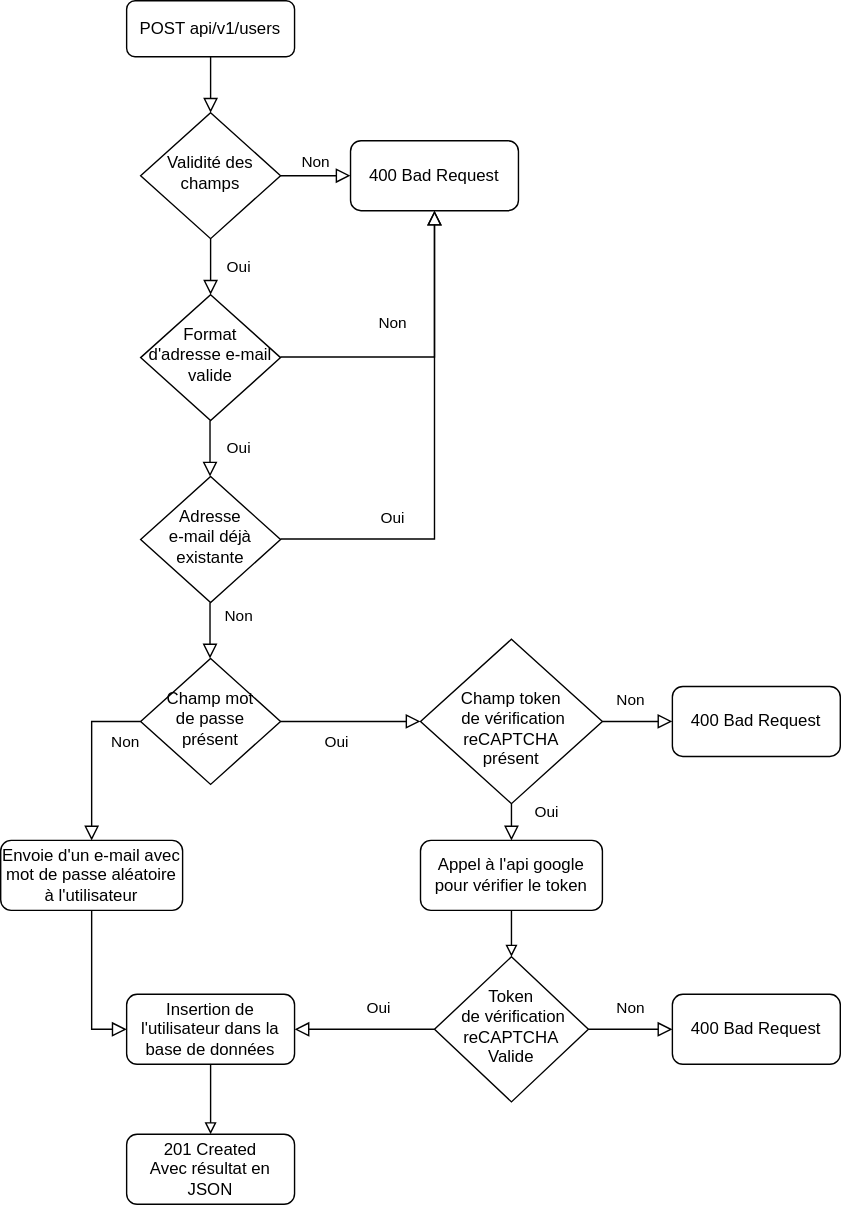
jonathanboreljaquet/bj-travail-diplome-2021 keeps this draw.io diagram as documentation/diagram/drawio/flowchartPostUser.svg. Above is the earlier version. Source tidied: cells renumbered, new cells last; positions are measured from the earlier drawing's top-left corner, leaving out a move shared by most shapes. Its diagram source:
```xml
<mxGraphModel>
  <root>
    <mxCell id="0" />
    <mxCell id="1" parent="0" />
    <mxCell id="2" style="rounded=0;html=1;jettySize=auto;fontSize=11;endArrow=block;endFill=0;endSize=8;strokeWidth=1;shadow=0;labelBackgroundColor=none;edgeStyle=orthogonalEdgeStyle;" parent="1" edge="1" source="3" target="6">
      <mxGeometry relative="1" as="geometry" />
    </mxCell>
    <mxCell id="3" value="POST api/v1/users" style="rounded=1;whiteSpace=wrap;html=1;fontSize=12;glass=0;strokeWidth=1;shadow=0;" parent="1" vertex="1">
      <mxGeometry x="90" width="120" height="40" as="geometry" />
    </mxCell>
    <mxCell id="4" value="Oui" style="rounded=0;html=1;jettySize=auto;fontSize=11;endArrow=block;endFill=0;endSize=8;strokeWidth=1;shadow=0;labelBackgroundColor=none;edgeStyle=orthogonalEdgeStyle;" parent="1" edge="1" source="6" target="8">
      <mxGeometry y="20" relative="1" as="geometry" />
    </mxCell>
    <mxCell id="5" value="Non" style="edgeStyle=orthogonalEdgeStyle;rounded=0;html=1;jettySize=auto;fontSize=11;endArrow=block;endFill=0;endSize=8;strokeWidth=1;shadow=0;labelBackgroundColor=none;" parent="1" edge="1" source="6" target="7">
      <mxGeometry y="10" relative="1" as="geometry" />
    </mxCell>
    <mxCell id="6" value="Validité des &lt;br&gt;champs" style="rhombus;whiteSpace=wrap;html=1;shadow=0;fontFamily=Helvetica;fontSize=12;align=center;strokeWidth=1;spacing=6;spacingTop=-4;" parent="1" vertex="1">
      <mxGeometry x="100" y="80" width="100" height="90" as="geometry" />
    </mxCell>
    <mxCell id="7" value="400 Bad Request" style="rounded=1;whiteSpace=wrap;html=1;fontSize=12;glass=0;strokeWidth=1;shadow=0;" parent="1" vertex="1">
      <mxGeometry x="250" y="100" width="120" height="50" as="geometry" />
    </mxCell>
    <mxCell id="8" value="Format d'adresse e-mail valide" style="rhombus;whiteSpace=wrap;html=1;shadow=0;fontFamily=Helvetica;fontSize=12;align=center;strokeWidth=1;spacing=6;spacingTop=-4;" parent="1" vertex="1">
      <mxGeometry x="100" y="210" width="100" height="90" as="geometry" />
    </mxCell>
    <mxCell id="9" style="edgeStyle=orthogonalEdgeStyle;rounded=0;jettySize=auto;html=1;endArrow=block;endFill=0;entryX=0.5;entryY=0;entryDx=0;entryDy=0;" parent="1" edge="1" source="10" target="17">
      <mxGeometry relative="1" as="geometry" />
    </mxCell>
    <mxCell id="10" value="Insertion de l'utilisateur dans la base de données" style="rounded=1;whiteSpace=wrap;html=1;fontSize=12;glass=0;strokeWidth=1;shadow=0;" parent="1" vertex="1">
      <mxGeometry x="90" y="710" width="120" height="50" as="geometry" />
    </mxCell>
    <mxCell id="11" value="Non" style="edgeStyle=orthogonalEdgeStyle;rounded=0;html=1;jettySize=auto;fontSize=11;endArrow=block;endFill=0;endSize=8;strokeWidth=1;shadow=0;labelBackgroundColor=none;entryX=0.5;entryY=1;entryDx=0;entryDy=0;" parent="1" edge="1" target="7">
      <mxGeometry x="-0.25" y="25" relative="1" as="geometry">
        <mxPoint x="200" y="254.6" as="sourcePoint" />
      </mxGeometry>
    </mxCell>
    <mxCell id="12" value="Oui" style="rounded=0;html=1;jettySize=auto;orthogonalLoop=1;fontSize=11;endArrow=block;endFill=0;endSize=8;strokeWidth=1;shadow=0;labelBackgroundColor=none;edgeStyle=orthogonalEdgeStyle;" parent="1" edge="1">
      <mxGeometry y="20" relative="1" as="geometry">
        <mxPoint x="149.6" y="300" as="sourcePoint" />
        <mxPoint x="149.6" y="340" as="targetPoint" />
      </mxGeometry>
    </mxCell>
    <mxCell id="13" value="Champ mot &lt;br&gt;de passe présent" style="rhombus;whiteSpace=wrap;html=1;shadow=0;fontFamily=Helvetica;fontSize=12;align=center;strokeWidth=1;spacing=6;spacingTop=-4;" parent="1" vertex="1">
      <mxGeometry x="100" y="470" width="100" height="90" as="geometry" />
    </mxCell>
    <mxCell id="14" value="Envoie d'un e-mail avec mot de passe aléatoire à l'utilisateur" style="rounded=1;whiteSpace=wrap;html=1;fontSize=12;glass=0;strokeWidth=1;shadow=0;" parent="1" vertex="1">
      <mxGeometry y="600" width="130" height="50" as="geometry" />
    </mxCell>
    <mxCell id="15" value="Non" style="edgeStyle=orthogonalEdgeStyle;rounded=0;html=1;jettySize=auto;fontSize=11;endArrow=block;endFill=0;endSize=8;strokeWidth=1;shadow=0;labelBackgroundColor=none;entryX=0.5;entryY=0;entryDx=0;entryDy=0;exitX=0;exitY=0.5;exitDx=0;exitDy=0;" parent="1" edge="1" source="13" target="14">
      <mxGeometry x="-0.82" y="15" relative="1" as="geometry" />
    </mxCell>
    <mxCell id="16" style="rounded=0;html=1;jettySize=auto;fontSize=11;endArrow=block;endFill=0;endSize=8;strokeWidth=1;shadow=0;labelBackgroundColor=none;edgeStyle=orthogonalEdgeStyle;entryX=0;entryY=0.5;entryDx=0;entryDy=0;" parent="1" edge="1" target="10">
      <mxGeometry relative="1" as="geometry">
        <mxPoint x="65" y="650" as="sourcePoint" />
        <Array as="points">
          <mxPoint x="65" y="735" />
        </Array>
      </mxGeometry>
    </mxCell>
    <mxCell id="17" value="201 Created&lt;br&gt;Avec résultat en JSON" style="rounded=1;whiteSpace=wrap;html=1;fontSize=12;glass=0;strokeWidth=1;shadow=0;" parent="1" vertex="1">
      <mxGeometry x="90" y="810" width="120" height="50" as="geometry" />
    </mxCell>
    <mxCell id="18" value="Oui" style="rounded=0;html=1;jettySize=auto;fontSize=11;endArrow=block;endFill=0;endSize=8;strokeWidth=1;shadow=0;labelBackgroundColor=none;edgeStyle=orthogonalEdgeStyle;exitX=1;exitY=0.5;exitDx=0;exitDy=0;entryX=0;entryY=0.5;entryDx=0;entryDy=0;" parent="1" edge="1" source="13" target="22">
      <mxGeometry x="-0.2" y="-15" relative="1" as="geometry" />
    </mxCell>
    <mxCell id="19" value="Adresse &lt;br&gt;e-mail déjà existante" style="rhombus;whiteSpace=wrap;html=1;shadow=0;fontFamily=Helvetica;fontSize=12;align=center;strokeWidth=1;spacing=6;spacingTop=-4;" parent="1" vertex="1">
      <mxGeometry x="100" y="340" width="100" height="90" as="geometry" />
    </mxCell>
    <mxCell id="20" value="Non" style="edgeStyle=orthogonalEdgeStyle;rounded=0;html=1;jettySize=auto;orthogonalLoop=1;fontSize=11;endArrow=block;endFill=0;endSize=8;strokeWidth=1;shadow=0;labelBackgroundColor=none;" parent="1" edge="1">
      <mxGeometry x="-1" y="-63" relative="1" as="geometry">
        <mxPoint x="200" y="384.6" as="sourcePoint" />
        <mxPoint x="310" y="150" as="targetPoint" />
        <mxPoint x="-30" y="-8" as="offset" />
      </mxGeometry>
    </mxCell>
    <mxCell id="21" value="Oui" style="rounded=0;html=1;jettySize=auto;orthogonalLoop=1;fontSize=11;endArrow=block;endFill=0;endSize=8;strokeWidth=1;shadow=0;labelBackgroundColor=none;edgeStyle=orthogonalEdgeStyle;" parent="1" edge="1">
      <mxGeometry x="-1" y="144" relative="1" as="geometry">
        <mxPoint x="149.6" y="430" as="sourcePoint" />
        <mxPoint x="149.6" y="470" as="targetPoint" />
        <mxPoint x="-14" y="-60" as="offset" />
      </mxGeometry>
    </mxCell>
    <mxCell id="22" value="&lt;br&gt;Champ token&lt;br&gt;&amp;nbsp;de vérification reCAPTCHA &lt;br&gt;présent" style="rhombus;whiteSpace=wrap;html=1;shadow=0;fontFamily=Helvetica;fontSize=12;align=center;strokeWidth=1;spacing=6;spacingTop=-4;" parent="1" vertex="1">
      <mxGeometry x="300" y="456.2" width="130" height="117.5" as="geometry" />
    </mxCell>
    <mxCell id="23" value="Non" style="edgeStyle=orthogonalEdgeStyle;rounded=0;html=1;jettySize=auto;fontSize=11;endArrow=block;endFill=0;endSize=8;strokeWidth=1;shadow=0;labelBackgroundColor=none;exitX=1;exitY=0.5;exitDx=0;exitDy=0;" parent="1" edge="1" source="22" target="24">
      <mxGeometry x="-0.2" y="15" relative="1" as="geometry" />
    </mxCell>
    <mxCell id="24" value="400 Bad Request" style="rounded=1;whiteSpace=wrap;html=1;fontSize=12;glass=0;strokeWidth=1;shadow=0;" parent="1" vertex="1">
      <mxGeometry x="480" y="490" width="120" height="50" as="geometry" />
    </mxCell>
    <mxCell id="25" value="Token&lt;br&gt;&amp;nbsp;de vérification reCAPTCHA &lt;br&gt;Valide" style="rhombus;whiteSpace=wrap;html=1;shadow=0;fontFamily=Helvetica;fontSize=12;align=center;strokeWidth=1;spacing=6;spacingTop=-4;" parent="1" vertex="1">
      <mxGeometry x="310" y="683.1" width="110" height="103.8" as="geometry" />
    </mxCell>
    <mxCell id="26" value="Appel à l'api google pour vérifier le token" style="rounded=1;whiteSpace=wrap;html=1;fontSize=12;glass=0;strokeWidth=1;shadow=0;" parent="1" vertex="1">
      <mxGeometry x="300" y="600" width="130" height="50" as="geometry" />
    </mxCell>
    <mxCell id="27" value="Oui" style="rounded=0;html=1;jettySize=auto;fontSize=11;endArrow=block;endFill=0;endSize=8;strokeWidth=1;shadow=0;labelBackgroundColor=none;edgeStyle=orthogonalEdgeStyle;exitX=0.5;exitY=1;exitDx=0;exitDy=0;entryX=0.5;entryY=0;entryDx=0;entryDy=0;" parent="1" edge="1" source="22" target="26">
      <mxGeometry x="-0.52" y="25" relative="1" as="geometry" />
    </mxCell>
    <mxCell id="28" style="edgeStyle=orthogonalEdgeStyle;rounded=0;jettySize=auto;html=1;endArrow=block;endFill=0;exitX=0.5;exitY=1;exitDx=0;exitDy=0;entryX=0.5;entryY=0;entryDx=0;entryDy=0;" parent="1" edge="1" source="26" target="25">
      <mxGeometry relative="1" as="geometry" />
    </mxCell>
    <mxCell id="29" value="Oui" style="rounded=0;html=1;jettySize=auto;fontSize=11;endArrow=block;endFill=0;endSize=8;strokeWidth=1;shadow=0;labelBackgroundColor=none;edgeStyle=orthogonalEdgeStyle;exitX=0;exitY=0.5;exitDx=0;exitDy=0;entryX=1;entryY=0.5;entryDx=0;entryDy=0;" parent="1" edge="1" source="25" target="10">
      <mxGeometry x="-0.2" y="-15" relative="1" as="geometry" />
    </mxCell>
    <mxCell id="30" value="Non" style="edgeStyle=orthogonalEdgeStyle;rounded=0;html=1;jettySize=auto;fontSize=11;endArrow=block;endFill=0;endSize=8;strokeWidth=1;shadow=0;labelBackgroundColor=none;exitX=1;exitY=0.5;exitDx=0;exitDy=0;" parent="1" edge="1" target="31">
      <mxGeometry y="15" relative="1" as="geometry">
        <mxPoint x="420" y="735" as="sourcePoint" />
      </mxGeometry>
    </mxCell>
    <mxCell id="31" value="400 Bad Request" style="rounded=1;whiteSpace=wrap;html=1;fontSize=12;glass=0;strokeWidth=1;shadow=0;" parent="1" vertex="1">
      <mxGeometry x="480" y="710" width="120" height="50" as="geometry" />
    </mxCell>
  </root>
</mxGraphModel>
```
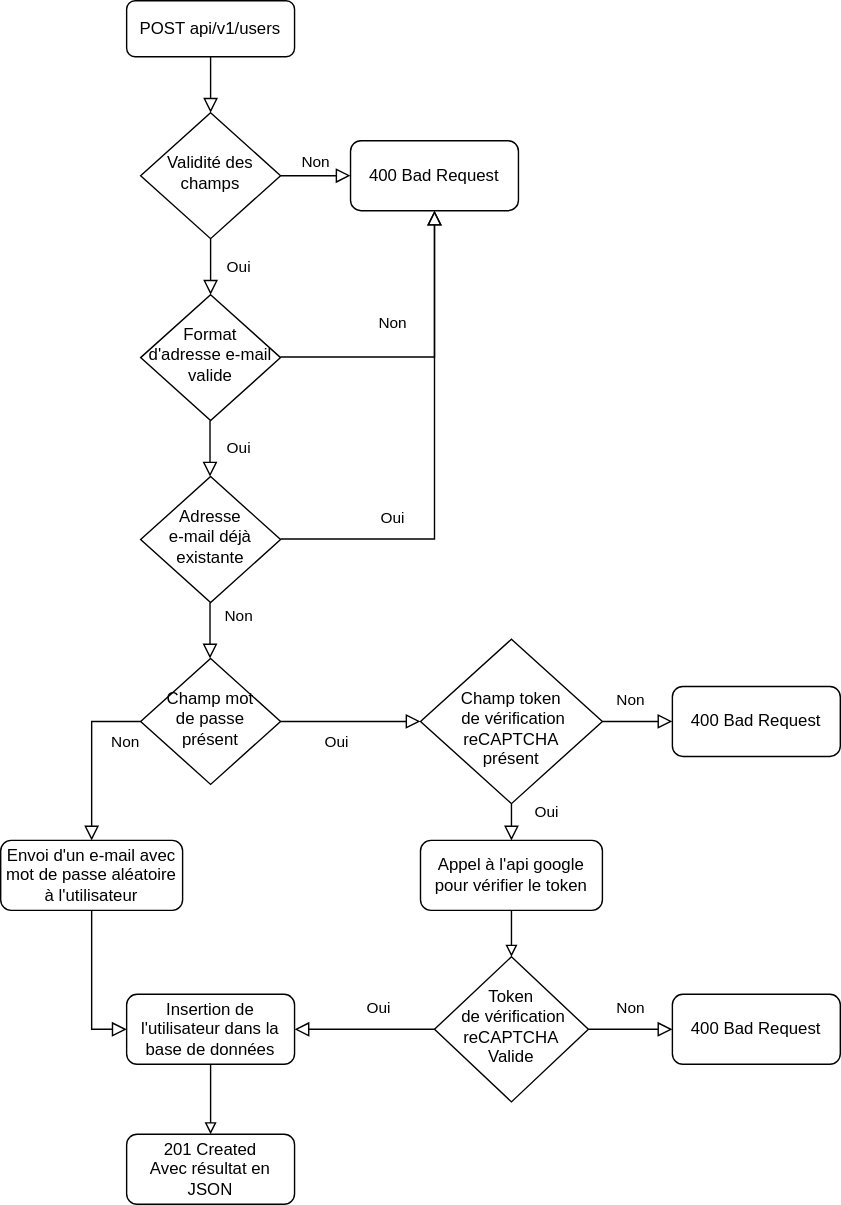
After the commit.

The edit, as a diff of the source:
```diff
@@ -43,7 +43,7 @@
     <mxCell id="13" value="Champ mot &lt;br&gt;de passe présent" style="rhombus;whiteSpace=wrap;html=1;shadow=0;fontFamily=Helvetica;fontSize=12;align=center;strokeWidth=1;spacing=6;spacingTop=-4;" parent="1" vertex="1">
       <mxGeometry x="100" y="470" width="100" height="90" as="geometry" />
     </mxCell>
-    <mxCell id="14" value="Envoie d'un e-mail avec mot de passe aléatoire à l'utilisateur" style="rounded=1;whiteSpace=wrap;html=1;fontSize=12;glass=0;strokeWidth=1;shadow=0;" parent="1" vertex="1">
+    <mxCell id="14" value="Envoi d'un e-mail avec mot de passe aléatoire à l'utilisateur" style="rounded=1;whiteSpace=wrap;html=1;fontSize=12;glass=0;strokeWidth=1;shadow=0;" parent="1" vertex="1">
       <mxGeometry y="600" width="130" height="50" as="geometry" />
     </mxCell>
     <mxCell id="15" value="Non" style="edgeStyle=orthogonalEdgeStyle;rounded=0;html=1;jettySize=auto;fontSize=11;endArrow=block;endFill=0;endSize=8;strokeWidth=1;shadow=0;labelBackgroundColor=none;entryX=0.5;entryY=0;entryDx=0;entryDy=0;exitX=0;exitY=0.5;exitDx=0;exitDy=0;" parent="1" edge="1" source="13" target="14">
```
